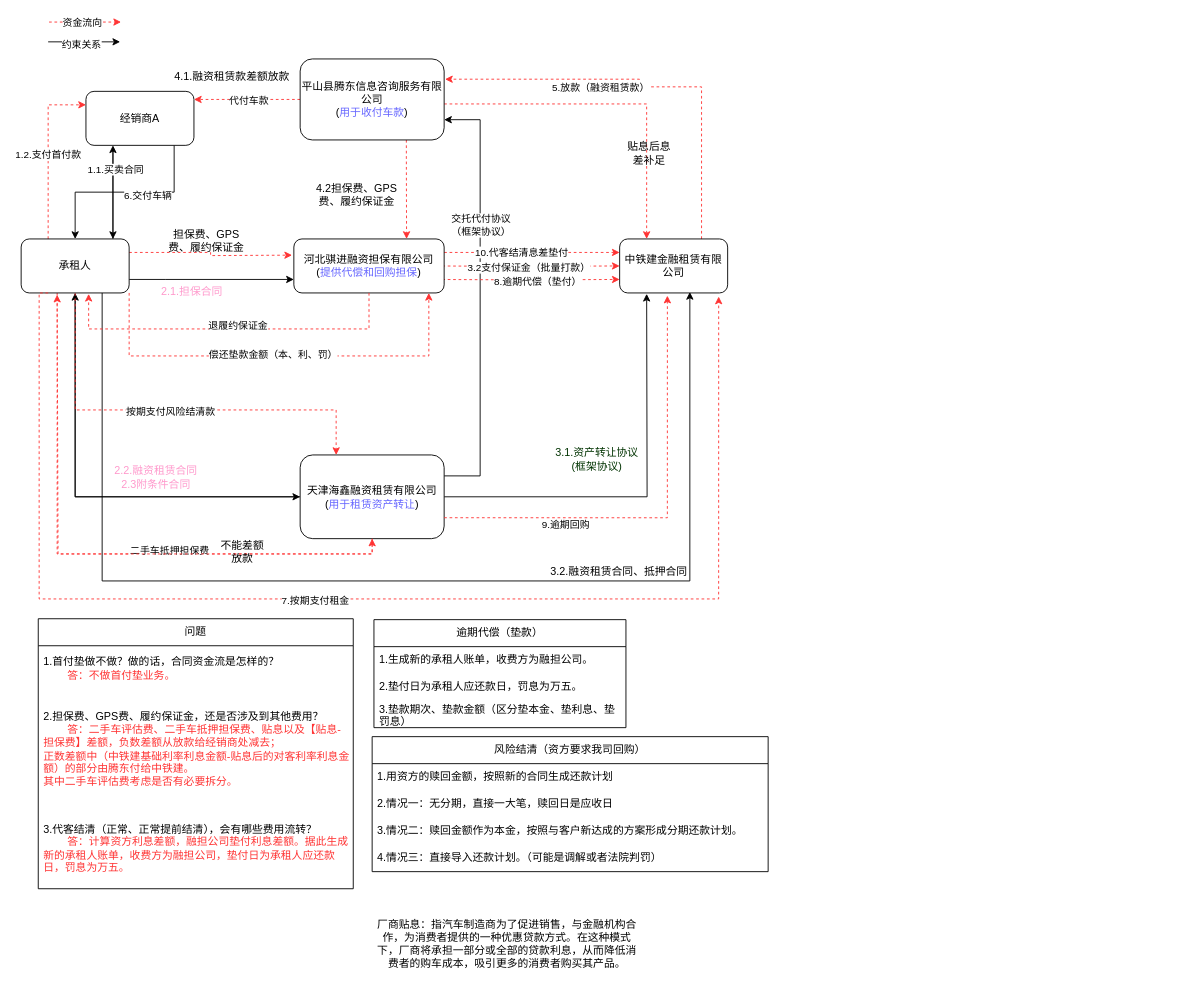
Before: 业务形态-交易结构.drawio in XiongZen/QJReconstitution, a draw.io diagram. Source tidied: cells renumbered, new cells numbered last; positions are measured from the earlier drawing's top-left corner, leaving out a move shared by most shapes. Both pictures are drawn from the tidied source at 90%, with x=0, y=0 at pixel (21, 22).
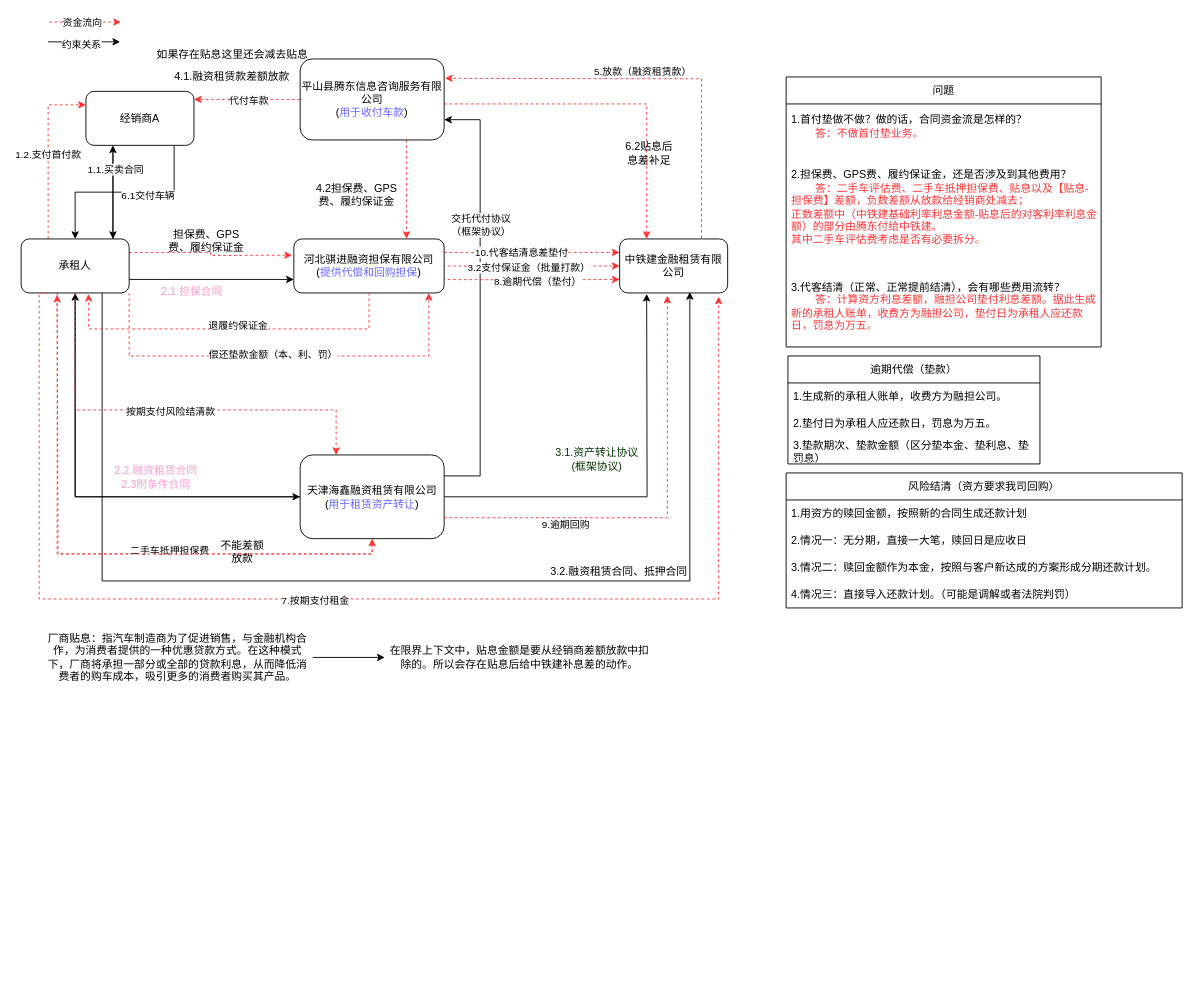
After the change.

Commit message:
Update 业务形态-交易结构.drawio

Unchanged cells that the change refers to:
```xml
<mxCell id="19" style="edgeStyle=orthogonalEdgeStyle;rounded=0;jettySize=auto;html=1;entryX=0.5;entryY=0;entryDx=0;entryDy=0;" parent="1" edge="1" source="21" target="32">
  <mxGeometry relative="1" as="geometry">
    <Array as="points">
      <mxPoint x="170" y="189" />
      <mxPoint x="60" y="189" />
    </Array>
  </mxGeometry>
</mxCell>
```

Change to the diagram source:
```diff
@@
-    <mxCell id="20" value="6.交付车辆" style="edgeLabel;html=1;align=center;verticalAlign=middle;" parent="19" vertex="1">
+    <mxCell id="20" value="6.1交付车辆" style="edgeLabel;html=1;align=center;verticalAlign=middle;" parent="19" vertex="1">
       <mxGeometry x="-0.23" y="3" relative="1" as="geometry" />
     </mxCell>
@@
-    <mxCell id="33" value="5.放款（融资租赁款）" style="edgeStyle=orthogonalEdgeStyle;rounded=0;orthogonalLoop=1;jettySize=auto;html=1;entryX=1;entryY=0.25;entryDx=0;entryDy=0;dashed=1;strokeColor=#FF3333;exitX=0.75;exitY=0;exitDx=0;exitDy=0;" parent="1" edge="1">
+    <mxCell id="33" style="edgeStyle=orthogonalEdgeStyle;rounded=0;orthogonalLoop=1;jettySize=auto;html=1;entryX=1;entryY=0.25;entryDx=0;entryDy=0;dashed=1;strokeColor=#FF3333;exitX=0.75;exitY=0;exitDx=0;exitDy=0;" parent="1" edge="1">
       <mxGeometry x="0.26" y="9" relative="1" as="geometry">
-        <mxPoint x="756" y="241" as="sourcePoint" />
-        <mxPoint x="471" y="63.5" as="targetPoint" />
+        <mxPoint x="756" y="240" as="sourcePoint" />
+        <mxPoint x="471" y="62.5" as="targetPoint" />
         <Array as="points">
-          <mxPoint x="756" y="72" />
-          <mxPoint x="687" y="72" />
-          <mxPoint x="687" y="64" />
+          <mxPoint x="756" y="63" />
+          <mxPoint x="687" y="63" />
         </Array>
         <mxPoint x="1" as="offset" />
       </mxGeometry>
     </mxCell>
@@
     <mxCell id="44" value="问题" style="swimlane;fontStyle=0;horizontal=1;startSize=30;whiteSpace=wrap;html=1;" parent="1" vertex="1">
-      <mxGeometry x="19" y="663" width="350" height="300" as="geometry" />
+      <mxGeometry x="850" y="61" width="350" height="300" as="geometry" />
     </mxCell>
@@
     <mxCell id="57" value="逾期代偿（垫款）" style="swimlane;fontStyle=0;horizontal=1;startSize=30;whiteSpace=wrap;html=1;" parent="1" vertex="1">
-      <mxGeometry x="392" y="664" width="280" height="120" as="geometry" />
+      <mxGeometry x="852" y="371" width="280" height="120" as="geometry" />
     </mxCell>
@@
     <mxCell id="61" value="风险结清（资方要求我司回购）" style="swimlane;fontStyle=0;horizontal=1;startSize=30;whiteSpace=wrap;html=1;" parent="1" vertex="1">
-      <mxGeometry x="390" y="794" width="440" height="150" as="geometry" />
+      <mxGeometry x="850" y="501" width="440" height="150" as="geometry" />
     </mxCell>
@@
+    <mxCell id="74" style="edgeStyle=orthogonalEdgeStyle;rounded=0;jettySize=auto;html=1;" parent="1" edge="1" source="72" target="77">
+      <mxGeometry relative="1" as="geometry" />
+    </mxCell>
     <mxCell id="72" value="厂商贴息：指汽车制造商为了促进销售，与金融机构合作，为消费者提供的一种优惠贷款方式。在这种模式下，厂商将承担一部分或全部的贷款利息，从而降低消费者的购车成本，吸引更多的消费者购买其产品。" style="text;html=1;align=center;verticalAlign=middle;whiteSpace=wrap;rounded=0;" parent="1" vertex="1">
-      <mxGeometry x="390" y="979" width="300" height="90" as="geometry" />
+      <mxGeometry x="24" y="661" width="300" height="90" as="geometry" />
     </mxCell>
-    <mxCell id="73" value="贴息后息差补足" style="text;html=1;align=center;verticalAlign=middle;whiteSpace=wrap;rounded=0;" parent="1" vertex="1">
+    <mxCell id="73" value="6.2贴息后息差补足" style="text;html=1;align=center;verticalAlign=middle;whiteSpace=wrap;rounded=0;" parent="1" vertex="1">
       <mxGeometry x="668" y="131" width="60" height="30" as="geometry" />
     </mxCell>
+    <mxCell id="75" value="&lt;span style=&quot;color: rgb(0, 0, 0); font-family: Helvetica; font-size: 11px; font-style: normal; font-variant-ligatures: normal; font-variant-caps: normal; font-weight: 400; letter-spacing: normal; orphans: 2; text-align: center; text-indent: 0px; text-transform: none; widows: 2; word-spacing: 0px; -webkit-text-stroke-width: 0px; white-space: nowrap; background-color: rgb(255, 255, 255); text-decoration-thickness: initial; text-decoration-style: initial; text-decoration-color: initial; display: inline !important; float: none;&quot;&gt;5.放款（融资租赁款）&lt;/span&gt;" style="text;whiteSpace=wrap;html=1;" parent="1" vertex="1">
+      <mxGeometry x="635" y="41" width="140" height="40" as="geometry" />
+    </mxCell>
+    <mxCell id="76" value="如果存在贴息这里还会减去贴息" style="text;html=1;align=center;verticalAlign=middle;whiteSpace=wrap;rounded=0;" parent="1" vertex="1">
+      <mxGeometry x="134.5" y="21" width="200" height="30" as="geometry" />
+    </mxCell>
+    <mxCell id="77" value="在限界上下文中，贴息金额是要从经销商差额放款中扣除的。所以会存在贴息后给中铁建补息差的动作。" style="text;html=1;align=center;verticalAlign=middle;whiteSpace=wrap;rounded=0;" parent="1" vertex="1">
+      <mxGeometry x="404" y="661" width="300" height="90" as="geometry" />
+    </mxCell>
```
